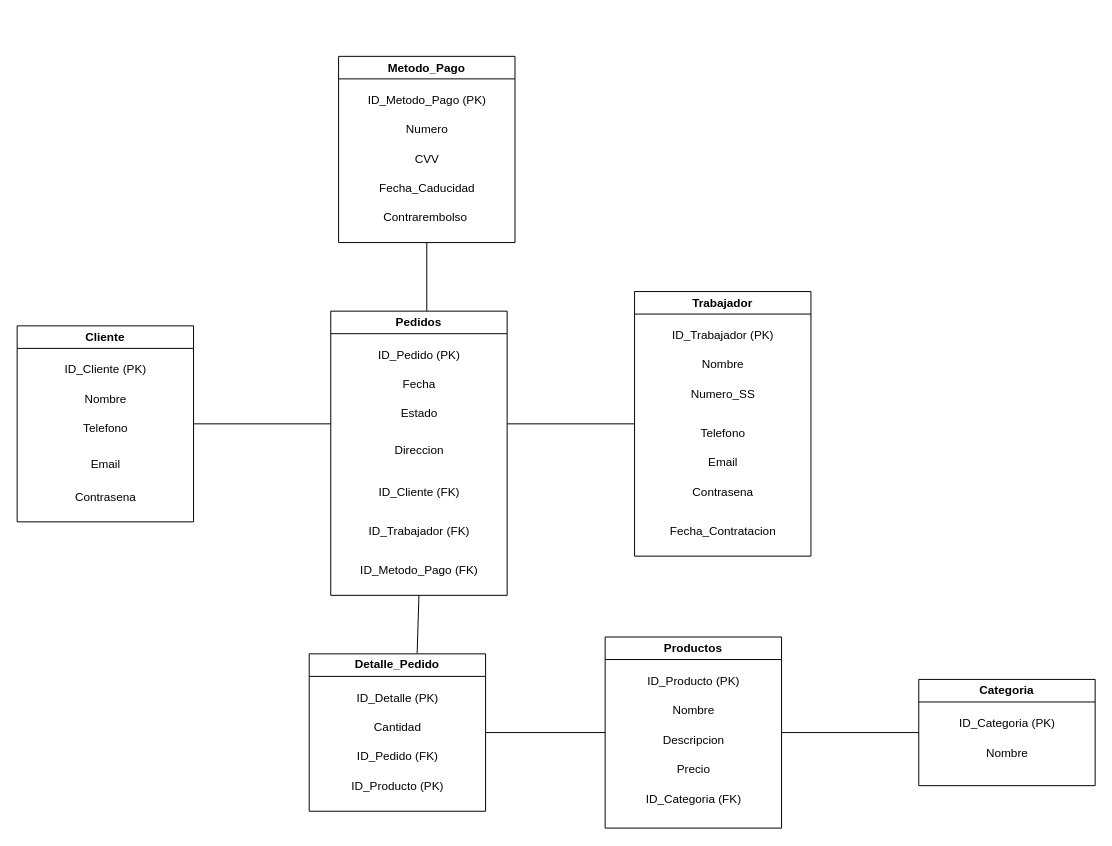
Above: Modelo-Relacional/Modelo Relacional.drawio in jblas7/web-final (draw.io), before the change. Source tidied: cells renumbered, new cells numbered last; positions are measured from the earlier drawing's top-left corner, leaving out a move shared by most shapes. Both pictures are drawn from the tidied source at 98%, with x=0, y=0 at pixel (17, 56).
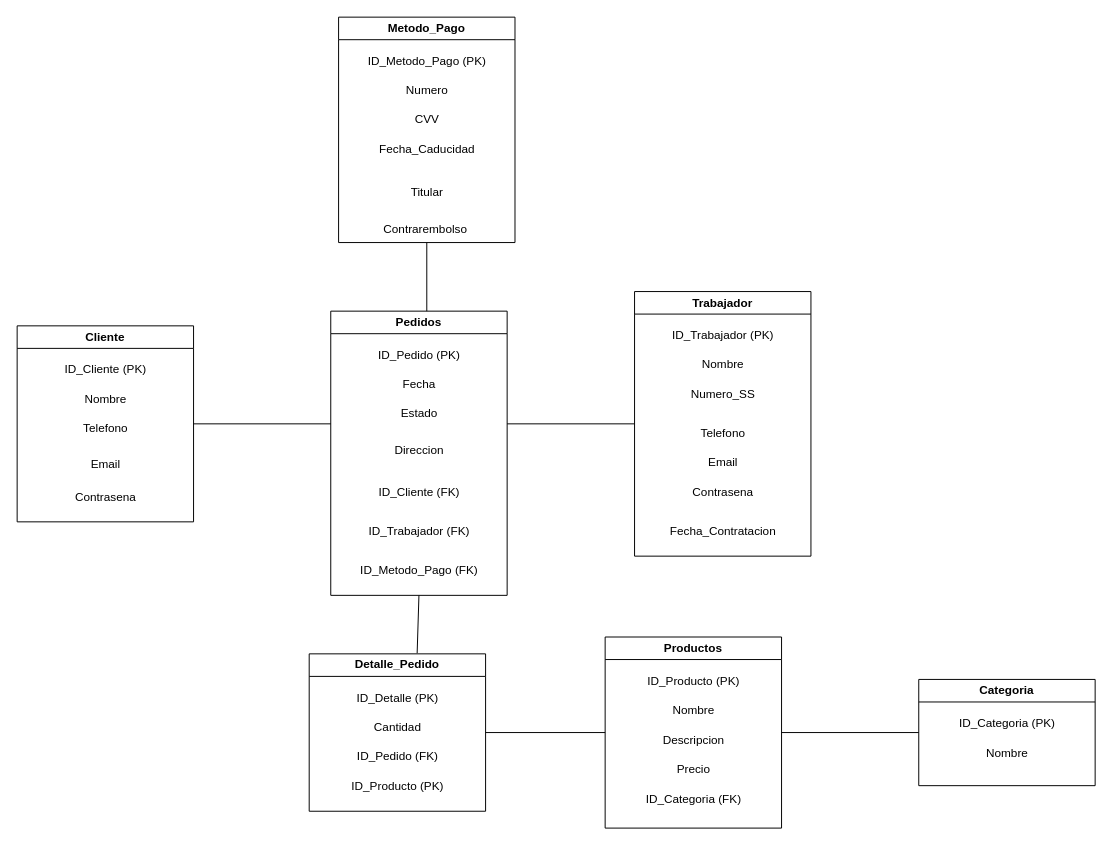
The same diagram, later.

Commit message (it also covers changes not shown here):
Añadido atributo titular

Añadido el atributo de Titular para el formulario de pagos en el modelo relacional previamente modificado en la base de datos.

What changed in the source:
```diff
@@
     <mxCell id="38" value="Metodo_Pago" style="swimlane;whiteSpace=wrap;html=1;" parent="1" vertex="1">
-      <mxGeometry x="328" width="180" height="190" as="geometry" />
+      <mxGeometry x="328" y="-40" width="180" height="230" as="geometry" />
     </mxCell>
@@
     <mxCell id="43" value="Contrarembolso&amp;nbsp;" style="text;html=1;align=center;verticalAlign=middle;strokeColor=none;fillColor=none;" parent="38" vertex="1">
-      <mxGeometry x="35" y="150" width="110" height="30" as="geometry" />
+      <mxGeometry x="35" y="202" width="110" height="30" as="geometry" />
     </mxCell>
+    <mxCell id="50" value="Titular" style="text;html=1;align=center;verticalAlign=middle;strokeColor=none;fillColor=none;" parent="38" vertex="1">
+      <mxGeometry x="60" y="164" width="60" height="30" as="geometry" />
+    </mxCell>
```
